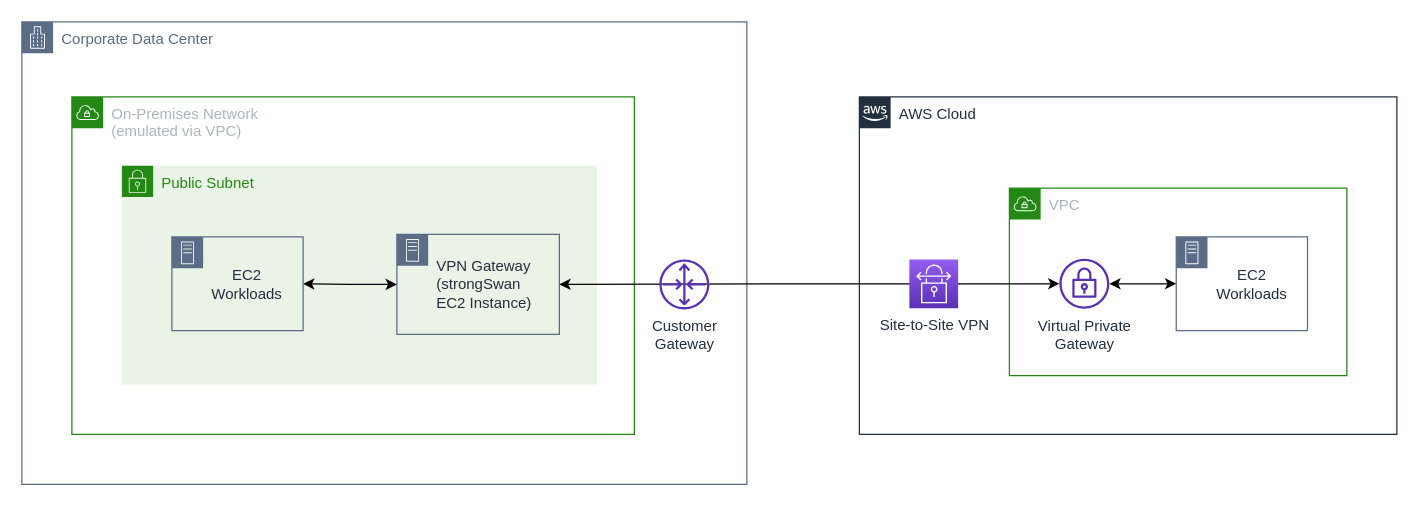
Earlier version of the draw.io diagram page "VGW" (1 of 3) of images/site-to-site-vpn-scenarios.drawio (aws-samples/vpn-gateway-strongswan). Source tidied: cells renumbered, new cells numbered last; positions are measured from the earlier drawing's top-left corner, leaving out a move shared by most shapes. Both pictures are drawn from the tidied source at 125%, with x=0, y=0 at pixel (21, 21).
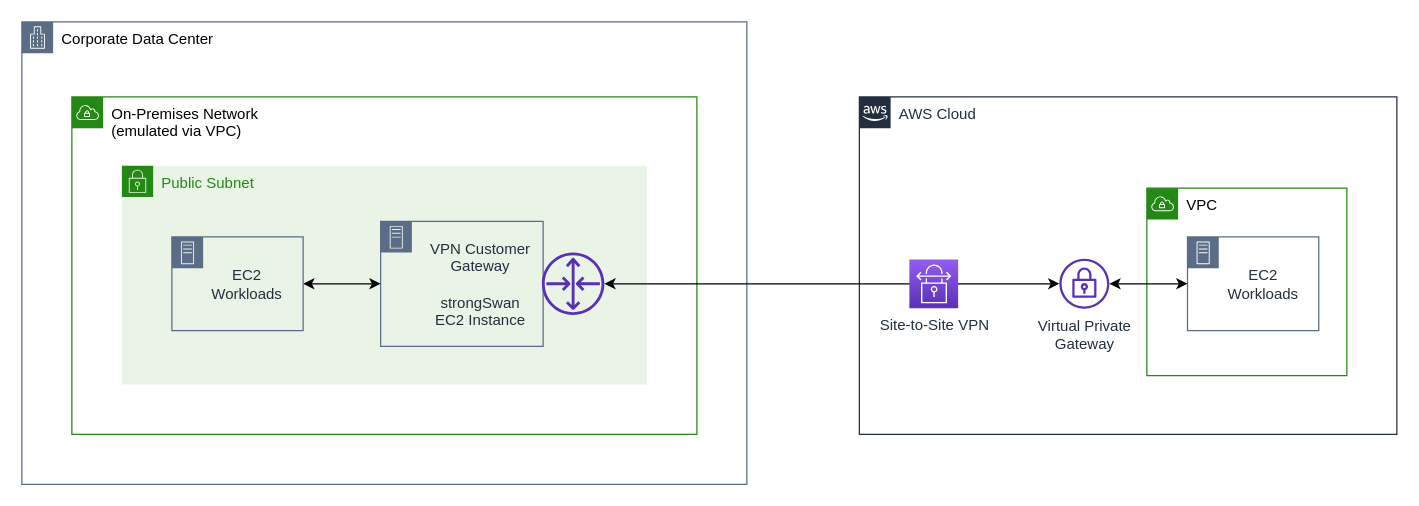
The same page after the edit.

What changed in the source:
```diff
@@
 <mxGraphModel>
   <root>
     <mxCell id="0" />
     <mxCell id="1" parent="0" />
-    <mxCell id="2" value="Corporate Data Center" style="gradientColor=none;html=1;whiteSpace=wrap;fontSize=12;fontStyle=0;shape=mxgraph.aws4.group;grIcon=mxgraph.aws4.group_corporate_data_center;strokeColor=#5A6C86;fillColor=none;verticalAlign=top;align=left;spacingLeft=30;fontColor=#5A6C86;dashed=0;" parent="1" vertex="1">
+    <mxCell id="2" value="Corporate Data Center" style="gradientColor=none;html=1;whiteSpace=wrap;fontSize=12;fontStyle=0;shape=mxgraph.aws4.group;grIcon=mxgraph.aws4.group_corporate_data_center;strokeColor=#5A6C86;fillColor=none;verticalAlign=top;align=left;spacingLeft=30;fontColor=#000000;dashed=0;" parent="1" vertex="1">
       <mxGeometry width="580" height="370" as="geometry" />
     </mxCell>
     <mxCell id="3" value="AWS Cloud" style="gradientColor=none;html=1;whiteSpace=wrap;fontSize=12;fontStyle=0;shape=mxgraph.aws4.group;grIcon=mxgraph.aws4.group_aws_cloud_alt;strokeColor=#232F3E;fillColor=none;verticalAlign=top;align=left;spacingLeft=30;fontColor=#232F3E;dashed=0;" parent="1" vertex="1">
       <mxGeometry x="670" y="60" width="430" height="270" as="geometry" />
     </mxCell>
-    <mxCell id="4" value="On-Premises Network&lt;br&gt;(emulated via VPC)" style="points=[[0,0],[0.25,0],[0.5,0],[0.75,0],[1,0],[1,0.25],[1,0.5],[1,0.75],[1,1],[0.75,1],[0.5,1],[0.25,1],[0,1],[0,0.75],[0,0.5],[0,0.25]];outlineConnect=0;gradientColor=none;html=1;whiteSpace=wrap;fontSize=12;fontStyle=0;shape=mxgraph.aws4.group;grIcon=mxgraph.aws4.group_vpc;strokeColor=#248814;fillColor=none;verticalAlign=top;align=left;spacingLeft=30;fontColor=#AAB7B8;dashed=0;" parent="1" vertex="1">
-      <mxGeometry x="40" y="60" width="450" height="270" as="geometry" />
+    <mxCell id="4" value="On-Premises Network&lt;br&gt;(emulated via VPC)" style="points=[[0,0],[0.25,0],[0.5,0],[0.75,0],[1,0],[1,0.25],[1,0.5],[1,0.75],[1,1],[0.75,1],[0.5,1],[0.25,1],[0,1],[0,0.75],[0,0.5],[0,0.25]];outlineConnect=0;gradientColor=none;html=1;whiteSpace=wrap;fontSize=12;fontStyle=0;shape=mxgraph.aws4.group;grIcon=mxgraph.aws4.group_vpc;strokeColor=#248814;fillColor=none;verticalAlign=top;align=left;spacingLeft=30;fontColor=#000000;dashed=0;" parent="1" vertex="1">
+      <mxGeometry x="40" y="60" width="500" height="270" as="geometry" />
     </mxCell>
     <mxCell id="5" value="Public Subnet" style="gradientColor=none;html=1;whiteSpace=wrap;fontSize=12;fontStyle=0;shape=mxgraph.aws4.group;grIcon=mxgraph.aws4.group_security_group;grStroke=0;strokeColor=#248814;fillColor=#E9F3E6;verticalAlign=top;align=left;spacingLeft=30;fontColor=#248814;dashed=0;" parent="1" vertex="1">
-      <mxGeometry x="80" y="115" width="380" height="175" as="geometry" />
+      <mxGeometry x="80" y="115" width="420" height="175" as="geometry" />
     </mxCell>
-    <mxCell id="6" value="VPC" style="gradientColor=none;html=1;whiteSpace=wrap;fontSize=12;fontStyle=0;shape=mxgraph.aws4.group;grIcon=mxgraph.aws4.group_vpc;strokeColor=#248814;fillColor=#ffffff;verticalAlign=top;align=left;spacingLeft=30;fontColor=#AAB7B8;dashed=0;" parent="1" vertex="1">
-      <mxGeometry x="790" y="133" width="270" height="150" as="geometry" />
+    <mxCell id="6" value="VPC" style="gradientColor=none;html=1;whiteSpace=wrap;fontSize=12;fontStyle=0;shape=mxgraph.aws4.group;grIcon=mxgraph.aws4.group_vpc;strokeColor=#248814;fillColor=#ffffff;verticalAlign=top;align=left;spacingLeft=30;fontColor=#000000;dashed=0;" parent="1" vertex="1">
+      <mxGeometry x="900" y="133" width="160" height="150" as="geometry" />
     </mxCell>
     <mxCell id="7" style="edgeStyle=orthogonalEdgeStyle;rounded=0;orthogonalLoop=1;jettySize=auto;html=1;exitX=0.5;exitY=1;exitDx=0;exitDy=0;" parent="1" edge="1" source="4" target="4">
       <mxGeometry relative="1" as="geometry" />
     </mxCell>
-    <mxCell id="8" value="&lt;span style=&quot;color: rgb(35 , 47 , 62) ; text-align: center ; white-space: nowrap&quot;&gt;VPN Gateway&lt;/span&gt;&lt;br style=&quot;color: rgb(35 , 47 , 62) ; text-align: center ; white-space: nowrap&quot;&gt;&lt;span style=&quot;color: rgb(35 , 47 , 62) ; text-align: center ; white-space: nowrap&quot;&gt;(strongSwan&lt;br&gt;EC2 Instance)&lt;/span&gt;" style="points=[[0,0],[0.25,0],[0.5,0],[0.75,0],[1,0],[1,0.25],[1,0.5],[1,0.75],[1,1],[0.75,1],[0.5,1],[0.25,1],[0,1],[0,0.75],[0,0.5],[0,0.25]];outlineConnect=0;gradientColor=none;html=1;whiteSpace=wrap;fontSize=12;fontStyle=0;shape=mxgraph.aws4.group;grIcon=mxgraph.aws4.group_on_premise;strokeColor=#5A6C86;fillColor=none;verticalAlign=middle;align=left;spacingLeft=30;fontColor=#5A6C86;dashed=0;" parent="1" vertex="1">
-      <mxGeometry x="300" y="170" width="130" height="80" as="geometry" />
+    <mxCell id="8" value="&lt;span style=&quot;color: rgb(35 , 47 , 62) ; white-space: nowrap&quot;&gt;VPN Customer &lt;br&gt;Gateway&lt;/span&gt;&lt;br style=&quot;color: rgb(35 , 47 , 62) ; white-space: nowrap&quot;&gt;&lt;span style=&quot;color: rgb(35 , 47 , 62) ; white-space: nowrap&quot;&gt;&lt;br&gt;strongSwan&lt;br&gt;EC2 Instance&lt;/span&gt;" style="points=[[0,0],[0.25,0],[0.5,0],[0.75,0],[1,0],[1,0.25],[1,0.5],[1,0.75],[1,1],[0.75,1],[0.5,1],[0.25,1],[0,1],[0,0.75],[0,0.5],[0,0.25]];outlineConnect=0;gradientColor=none;html=1;whiteSpace=wrap;fontSize=12;fontStyle=0;shape=mxgraph.aws4.group;grIcon=mxgraph.aws4.group_on_premise;strokeColor=#5A6C86;fillColor=none;verticalAlign=middle;align=center;spacingLeft=30;fontColor=#5A6C86;dashed=0;" parent="1" vertex="1">
+      <mxGeometry x="287" y="159.5" width="130" height="100" as="geometry" />
     </mxCell>
     <mxCell id="9" value="&lt;div style=&quot;text-align: center&quot;&gt;&lt;font color=&quot;#232f3e&quot;&gt;&lt;span style=&quot;white-space: nowrap&quot;&gt;EC2&lt;/span&gt;&lt;/font&gt;&lt;/div&gt;&lt;div style=&quot;text-align: center&quot;&gt;&lt;font color=&quot;#232f3e&quot;&gt;&lt;span style=&quot;white-space: nowrap&quot;&gt;Workloads&lt;/span&gt;&lt;/font&gt;&lt;/div&gt;" style="points=[[0,0],[0.25,0],[0.5,0],[0.75,0],[1,0],[1,0.25],[1,0.5],[1,0.75],[1,1],[0.75,1],[0.5,1],[0.25,1],[0,1],[0,0.75],[0,0.5],[0,0.25]];outlineConnect=0;gradientColor=none;html=1;whiteSpace=wrap;fontSize=12;fontStyle=0;shape=mxgraph.aws4.group;grIcon=mxgraph.aws4.group_on_premise;strokeColor=#5A6C86;fillColor=none;verticalAlign=middle;align=left;spacingLeft=30;fontColor=#5A6C86;dashed=0;" parent="1" vertex="1">
-      <mxGeometry x="923.5" y="172" width="105" height="75" as="geometry" />
+      <mxGeometry x="932.5" y="172" width="105" height="75" as="geometry" />
     </mxCell>
-    <mxCell id="10" style="edgeStyle=orthogonalEdgeStyle;rounded=0;jettySize=auto;html=1;startArrow=classic;startFill=1;" parent="1" edge="1" source="15" target="8">
+    <mxCell id="10" style="edgeStyle=orthogonalEdgeStyle;rounded=0;jettySize=auto;html=1;startArrow=classic;startFill=1;" parent="1" edge="1" source="15" target="17">
       <mxGeometry relative="1" as="geometry" />
     </mxCell>
     <mxCell id="11" value="Site-to-Site VPN" style="fontColor=#232F3E;gradientColor=#945DF2;gradientDirection=north;fillColor=#5A30B5;strokeColor=#ffffff;dashed=0;verticalLabelPosition=bottom;verticalAlign=top;align=center;html=1;fontSize=12;fontStyle=0;shape=mxgraph.aws4.resourceIcon;resIcon=mxgraph.aws4.site_to_site_vpn;" parent="1" vertex="1">
       <mxGeometry x="710" y="190" width="39" height="39" as="geometry" />
     </mxCell>
-    <mxCell id="12" value="Customer&lt;br&gt;Gateway" style="fontColor=#232F3E;gradientColor=none;fillColor=#5A30B5;strokeColor=none;dashed=0;verticalLabelPosition=bottom;verticalAlign=top;align=center;html=1;fontSize=12;fontStyle=0;shape=mxgraph.aws4.router;" parent="1" vertex="1">
-      <mxGeometry x="510" y="190" width="40" height="40" as="geometry" />
-    </mxCell>
     <mxCell id="13" style="edgeStyle=orthogonalEdgeStyle;rounded=0;jettySize=auto;html=1;exitX=0;exitY=0.5;exitDx=0;exitDy=0;entryX=1;entryY=0.5;entryDx=0;entryDy=0;startArrow=classic;startFill=1;" parent="1" edge="1" source="8" target="14">
       <mxGeometry relative="1" as="geometry" />
     </mxCell>
     <mxCell id="14" value="&lt;div style=&quot;text-align: center&quot;&gt;&lt;font color=&quot;#232f3e&quot;&gt;&lt;span style=&quot;white-space: nowrap&quot;&gt;EC2&lt;/span&gt;&lt;/font&gt;&lt;/div&gt;&lt;div style=&quot;text-align: center&quot;&gt;&lt;font color=&quot;#232f3e&quot;&gt;&lt;span style=&quot;white-space: nowrap&quot;&gt;Workloads&lt;/span&gt;&lt;/font&gt;&lt;/div&gt;" style="points=[[0,0],[0.25,0],[0.5,0],[0.75,0],[1,0],[1,0.25],[1,0.5],[1,0.75],[1,1],[0.75,1],[0.5,1],[0.25,1],[0,1],[0,0.75],[0,0.5],[0,0.25]];outlineConnect=0;gradientColor=none;html=1;whiteSpace=wrap;fontSize=12;fontStyle=0;shape=mxgraph.aws4.group;grIcon=mxgraph.aws4.group_on_premise;strokeColor=#5A6C86;fillColor=none;verticalAlign=middle;align=left;spacingLeft=30;fontColor=#5A6C86;dashed=0;" parent="1" vertex="1">
       <mxGeometry x="120" y="172" width="105" height="75" as="geometry" />
     </mxCell>
     <mxCell id="15" value="Virtual Private&lt;br&gt;Gateway" style="outlineConnect=0;fontColor=#232F3E;gradientColor=none;fillColor=#5A30B5;strokeColor=none;dashed=0;verticalLabelPosition=bottom;verticalAlign=top;align=center;html=1;fontSize=12;fontStyle=0;shape=mxgraph.aws4.vpn_gateway;" parent="1" vertex="1">
       <mxGeometry x="830" y="189.5" width="40" height="40" as="geometry" />
     </mxCell>
     <mxCell id="16" style="edgeStyle=orthogonalEdgeStyle;rounded=0;jettySize=auto;html=1;startArrow=classic;startFill=1;" parent="1" edge="1" source="9" target="15">
       <mxGeometry relative="1" as="geometry" />
     </mxCell>
+    <mxCell id="17" style="outlineConnect=0;fontColor=#232F3E;gradientColor=none;fillColor=#5A30B5;strokeColor=none;dashed=0;verticalLabelPosition=bottom;verticalAlign=top;align=center;html=1;fontSize=12;fontStyle=0;shape=mxgraph.aws4.router;" parent="1" vertex="1">
+      <mxGeometry x="416" y="184.5" width="50" height="50" as="geometry" />
+    </mxCell>
   </root>
 </mxGraphModel>
```
